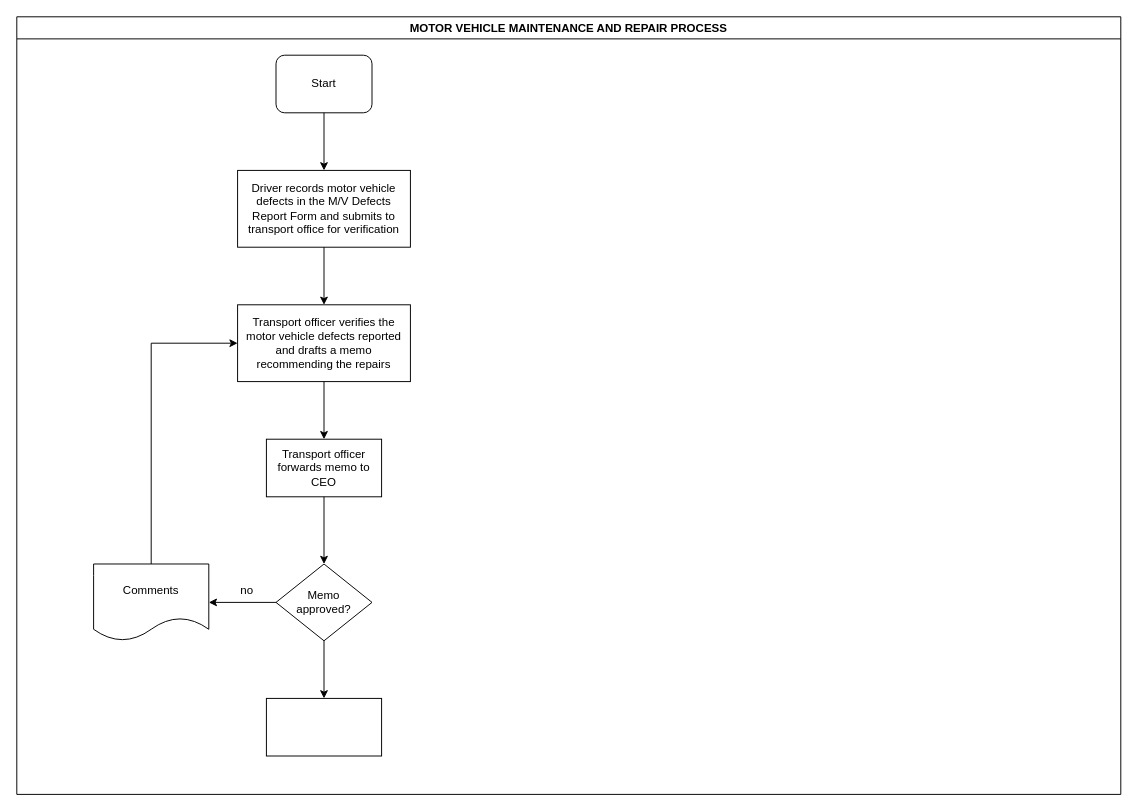
Before: LC-Transport-MOTOR VEHICLE MAINTENANCE AND REPAIR PROCESS.drawio in kmagua/flowcharts, a draw.io diagram. Source tidied: cells renumbered, new cells numbered last; positions are measured from the earlier drawing's top-left corner, leaving out a move shared by most shapes. Both pictures are drawn from the tidied source at 96%, with x=0, y=0 at pixel (16, 16).
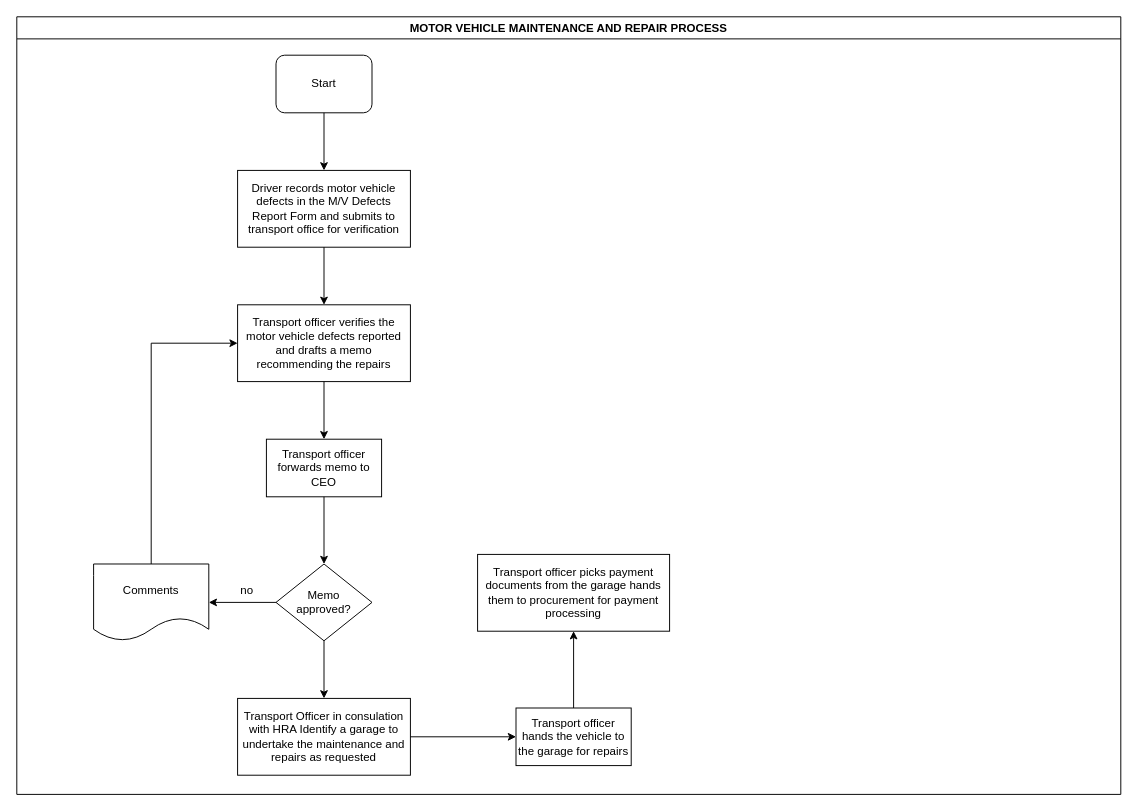
After the change.

Unchanged cells that the change refers to:
```xml
<mxCell id="2" value="MOTOR VEHICLE MAINTENANCE AND REPAIR PROCESS" style="swimlane;" parent="1" vertex="1">
  <mxGeometry width="1150" height="810" as="geometry" />
</mxCell>
```

What changed in the source:
```diff
@@
-    <mxCell id="11" style="whiteSpace=wrap;html=1;rounded=0;" parent="2" vertex="1">
-      <mxGeometry x="260" y="710" width="120" height="60" as="geometry" />
+    <mxCell id="11" value="Transport Officer in consulation with HRA Identify a garage to undertake the maintenance and repairs as requested" style="whiteSpace=wrap;html=1;rounded=0;" parent="2" vertex="1">
+      <mxGeometry x="230" y="710" width="180" height="80" as="geometry" />
     </mxCell>
@@
+    <mxCell id="18" style="edgeStyle=orthogonalEdgeStyle;rounded=0;jettySize=auto;html=1;" parent="1" edge="1" source="19" target="21">
+      <mxGeometry relative="1" as="geometry" />
+    </mxCell>
+    <mxCell id="19" value="Transport officer hands the vehicle to the garage for repairs" style="whiteSpace=wrap;html=1;rounded=0;" parent="1" vertex="1">
+      <mxGeometry x="520" y="720" width="120" height="60" as="geometry" />
+    </mxCell>
+    <mxCell id="20" style="edgeStyle=orthogonalEdgeStyle;rounded=0;jettySize=auto;html=1;" parent="1" edge="1" source="11" target="19">
+      <mxGeometry relative="1" as="geometry" />
+    </mxCell>
+    <mxCell id="21" value="Transport officer picks payment documents from the garage hands them to procurement for payment processing" style="whiteSpace=wrap;html=1;rounded=0;" parent="1" vertex="1">
+      <mxGeometry x="480" y="560" width="200" height="80" as="geometry" />
+    </mxCell>
```
